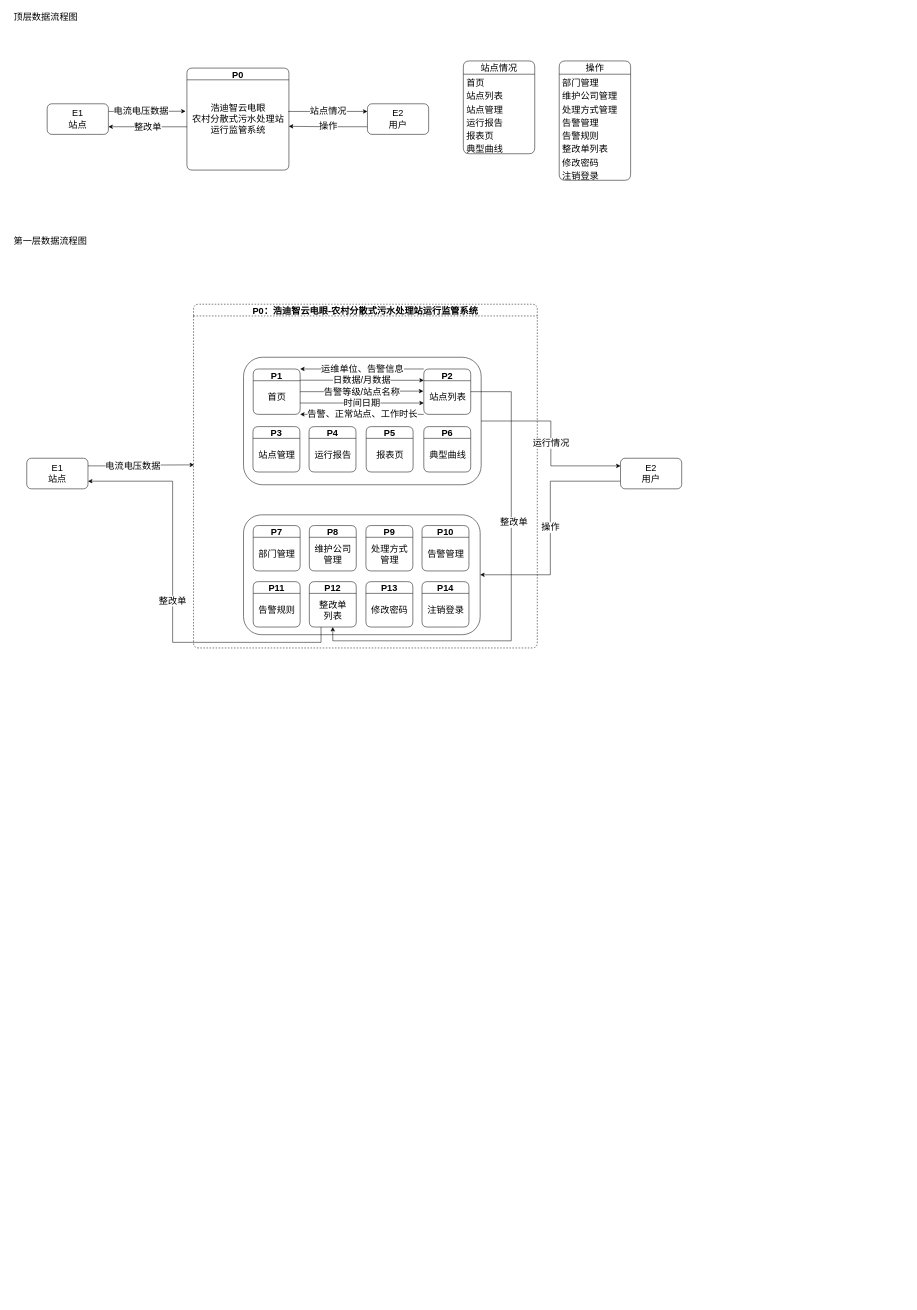
Earlier version of the draw.io diagram 数据流图.drawio (Lihua-neko/QASystemOnMedicalKG). Source tidied: cells renumbered, new cells numbered last; positions are measured from the earlier drawing's top-left corner, leaving out a move shared by most shapes. Both pictures are drawn from the tidied source at 51%, with x=0, y=0 at pixel (9, 9).
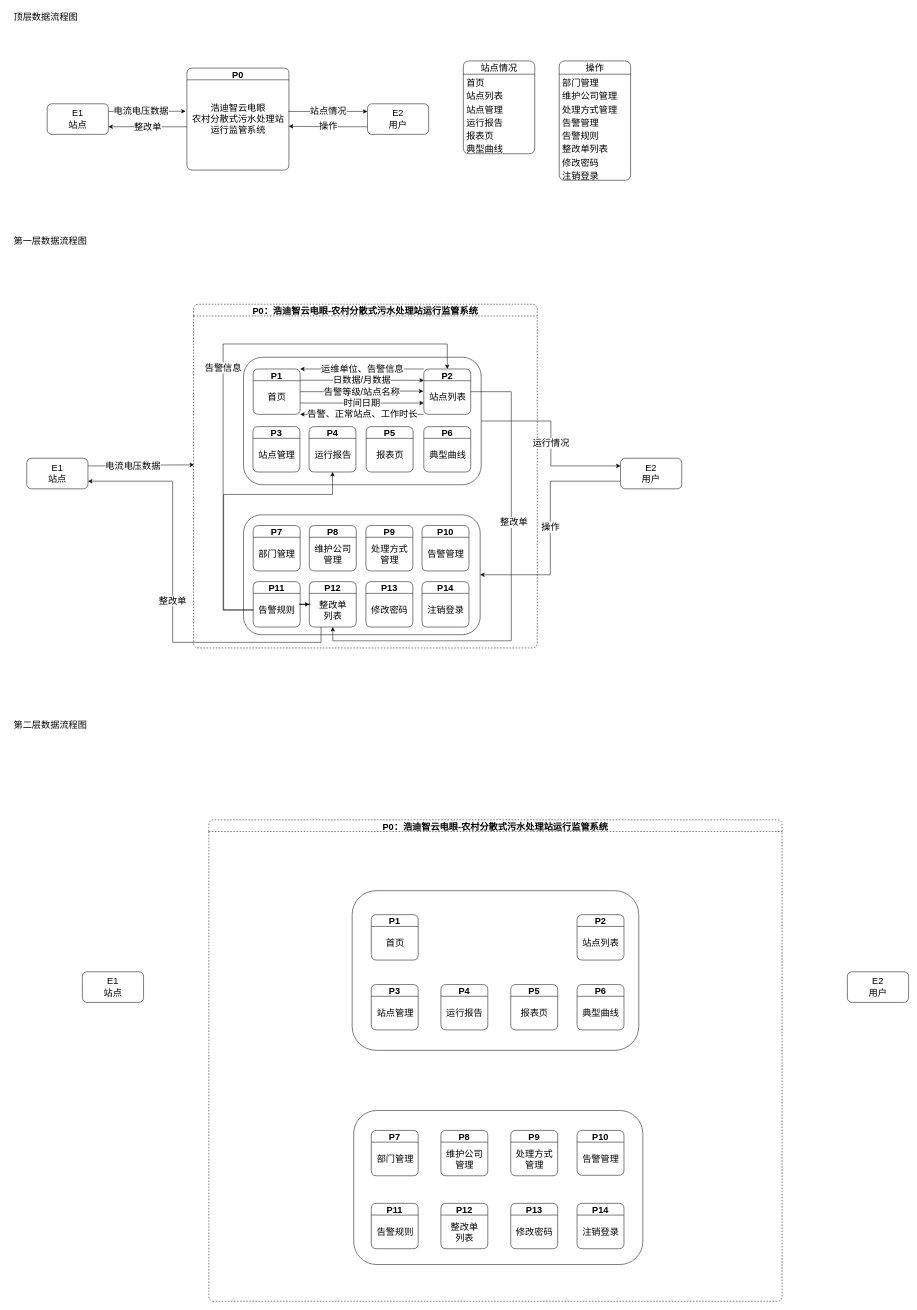
After the change.

Commit message (it also covers changes not shown here):
更新数据流图.drawio

The change refers to these unchanged cells:
```xml
<mxCell id="29" value="P0：浩迪智云电眼-农村分散式污水处理站运行监管系统" style="swimlane;fontSize=18;rounded=1;sketch=0;shadow=0;glass=0;dashed=1;startSize=23;" parent="1" vertex="1">
  <mxGeometry x="362" y="579" width="674" height="674" as="geometry" />
</mxCell>
<mxCell id="36" value="P2" style="swimlane;rounded=1;shadow=0;glass=0;sketch=0;fontSize=18;startSize=23;" parent="29" vertex="1">
  <mxGeometry x="451.5" y="127" width="92" height="89" as="geometry" />
</mxCell>
<mxCell id="40" value="P4" style="swimlane;rounded=1;shadow=0;glass=0;sketch=0;fontSize=18;startSize=23;" parent="29" vertex="1">
  <mxGeometry x="226.5" y="240" width="92" height="89" as="geometry" />
</mxCell>
<mxCell id="57" value="P11" style="swimlane;rounded=1;shadow=0;glass=0;sketch=0;fontSize=18;" parent="29" vertex="1">
  <mxGeometry x="117" y="544" width="92" height="89" as="geometry" />
</mxCell>
<mxCell id="58" value="告警规则" style="text;html=1;align=center;verticalAlign=middle;points=[];strokeColor=none;fillColor=none;fontSize=18;" parent="57" vertex="1">
  <mxGeometry x="1" y="39" width="90" height="34" as="geometry" />
</mxCell>
<mxCell id="59" value="P12" style="swimlane;rounded=1;shadow=0;glass=0;sketch=0;fontSize=18;" parent="29" vertex="1">
  <mxGeometry x="227" y="544" width="92" height="89" as="geometry" />
</mxCell>
```

Diff of the diagram source:
```diff
@@
+    <mxCell id="74" style="edgeStyle=orthogonalEdgeStyle;rounded=0;jettySize=auto;html=1;entryX=0.5;entryY=1;entryDx=0;entryDy=0;fontSize=18;" parent="29" edge="1" source="57" target="40">
+      <mxGeometry relative="1" as="geometry">
+        <Array as="points">
+          <mxPoint x="59" y="599" />
+          <mxPoint x="59" y="373" />
+          <mxPoint x="273" y="373" />
+        </Array>
+      </mxGeometry>
+    </mxCell>
+    <mxCell id="75" style="edgeStyle=orthogonalEdgeStyle;rounded=0;jettySize=auto;html=1;entryX=0;entryY=0.5;entryDx=0;entryDy=0;fontSize=18;" parent="29" edge="1" source="57" target="59">
+      <mxGeometry relative="1" as="geometry" />
+    </mxCell>
@@
+    <mxCell id="76" value="&lt;font style=&quot;font-size: 18px;&quot;&gt;告警信息&lt;/font&gt;" style="edgeStyle=orthogonalEdgeStyle;rounded=0;jettySize=auto;html=1;entryX=0.5;entryY=0;entryDx=0;entryDy=0;" parent="29" edge="1" source="58" target="36">
+      <mxGeometry relative="1" as="geometry">
+        <Array as="points">
+          <mxPoint x="58" y="600" />
+          <mxPoint x="58" y="78" />
+          <mxPoint x="498" y="78" />
+        </Array>
+      </mxGeometry>
+    </mxCell>
@@
+    <mxCell id="77" value="&lt;font style=&quot;font-size: 18px;&quot;&gt;第二层数据流程图&lt;/font&gt;" style="text;html=1;align=center;verticalAlign=middle;strokeColor=none;fillColor=none;" parent="1" vertex="1">
+      <mxGeometry y="1387" width="162" height="34" as="geometry" />
+    </mxCell>
+    <mxCell id="78" value="P0：浩迪智云电眼-农村分散式污水处理站运行监管系统" style="swimlane;fontSize=18;rounded=1;sketch=0;shadow=0;glass=0;dashed=1;startSize=23;" parent="1" vertex="1">
+      <mxGeometry x="392" y="1590" width="1124" height="944" as="geometry" />
+    </mxCell>
+    <mxCell id="79" style="rounded=1;whiteSpace=wrap;html=1;shadow=0;glass=0;sketch=0;fontSize=18;" parent="78" vertex="1">
+      <mxGeometry x="281" y="139" width="562" height="313" as="geometry" />
+    </mxCell>
+    <mxCell id="80" style="rounded=1;whiteSpace=wrap;html=1;shadow=0;glass=0;sketch=0;fontSize=18;" parent="78" vertex="1">
+      <mxGeometry x="284" y="570" width="567" height="302" as="geometry" />
+    </mxCell>
+    <mxCell id="81" value="P2" style="swimlane;rounded=1;shadow=0;glass=0;sketch=0;fontSize=18;startSize=23;" parent="78" vertex="1">
+      <mxGeometry x="722" y="186" width="92" height="89" as="geometry" />
+    </mxCell>
+    <mxCell id="82" value="站点列表" style="text;html=1;align=center;verticalAlign=middle;strokeColor=none;fillColor=none;fontSize=18;" parent="81" vertex="1">
+      <mxGeometry x="1" y="39" width="90" height="34" as="geometry" />
+    </mxCell>
+    <mxCell id="83" value="P3" style="swimlane;rounded=1;shadow=0;glass=0;sketch=0;fontSize=18;startSize=23;" parent="78" vertex="1">
+      <mxGeometry x="318.5" y="323" width="92" height="89" as="geometry" />
+    </mxCell>
+    <mxCell id="84" value="站点管理" style="text;html=1;align=center;verticalAlign=middle;strokeColor=none;fillColor=none;fontSize=18;" parent="83" vertex="1">
+      <mxGeometry x="1" y="39" width="90" height="34" as="geometry" />
+    </mxCell>
+    <mxCell id="85" value="P4" style="swimlane;rounded=1;shadow=0;glass=0;sketch=0;fontSize=18;startSize=23;" parent="78" vertex="1">
+      <mxGeometry x="455" y="323" width="92" height="89" as="geometry" />
+    </mxCell>
+    <mxCell id="86" value="运行报告" style="text;html=1;align=center;verticalAlign=middle;strokeColor=none;fillColor=none;fontSize=18;" parent="85" vertex="1">
+      <mxGeometry x="1" y="39" width="90" height="34" as="geometry" />
+    </mxCell>
+    <mxCell id="87" value="P6" style="swimlane;rounded=1;shadow=0;glass=0;sketch=0;fontSize=18;" parent="78" vertex="1">
+      <mxGeometry x="722" y="323" width="92" height="89" as="geometry" />
+    </mxCell>
+    <mxCell id="88" value="典型曲线" style="text;html=1;align=center;verticalAlign=middle;strokeColor=none;fillColor=none;fontSize=18;" parent="87" vertex="1">
+      <mxGeometry x="1" y="39" width="90" height="34" as="geometry" />
+    </mxCell>
+    <mxCell id="89" value="P1" style="swimlane;rounded=1;shadow=0;glass=0;sketch=0;fontSize=18;" parent="78" vertex="1">
+      <mxGeometry x="318.5" y="186" width="92" height="89" as="geometry" />
+    </mxCell>
+    <mxCell id="90" value="首页" style="text;html=1;align=center;verticalAlign=middle;strokeColor=none;fillColor=none;fontSize=18;" parent="89" vertex="1">
+      <mxGeometry x="19" y="39" width="54" height="34" as="geometry" />
+    </mxCell>
+    <mxCell id="91" value="P7" style="swimlane;rounded=1;shadow=0;glass=0;sketch=0;fontSize=18;" parent="78" vertex="1">
+      <mxGeometry x="318.5" y="609" width="92" height="89" as="geometry" />
+    </mxCell>
+    <mxCell id="92" value="部门管理" style="text;html=1;align=center;verticalAlign=middle;strokeColor=none;fillColor=none;fontSize=18;" parent="91" vertex="1">
+      <mxGeometry x="1" y="39" width="90" height="34" as="geometry" />
+    </mxCell>
+    <mxCell id="93" value="P8" style="swimlane;rounded=1;shadow=0;glass=0;sketch=0;fontSize=18;startSize=23;" parent="78" vertex="1">
+      <mxGeometry x="455" y="609" width="92" height="89" as="geometry" />
+    </mxCell>
+    <mxCell id="94" value="维护公司&lt;br&gt;管理" style="text;html=1;align=center;verticalAlign=middle;strokeColor=none;fillColor=none;fontSize=18;" parent="93" vertex="1">
+      <mxGeometry x="1" y="29" width="90" height="55" as="geometry" />
+    </mxCell>
+    <mxCell id="95" value="P10" style="swimlane;rounded=1;shadow=0;glass=0;sketch=0;fontSize=18;" parent="78" vertex="1">
+      <mxGeometry x="722" y="609" width="92" height="88" as="geometry" />
+    </mxCell>
+    <mxCell id="96" value="告警管理" style="text;html=1;align=center;verticalAlign=middle;strokeColor=none;fillColor=none;fontSize=18;" parent="95" vertex="1">
+      <mxGeometry x="1" y="39" width="90" height="34" as="geometry" />
+    </mxCell>
+    <mxCell id="97" value="P11" style="swimlane;rounded=1;shadow=0;glass=0;sketch=0;fontSize=18;" parent="78" vertex="1">
+      <mxGeometry x="318.5" y="752" width="92" height="89" as="geometry" />
+    </mxCell>
+    <mxCell id="98" value="告警规则" style="text;html=1;align=center;verticalAlign=middle;strokeColor=none;fillColor=none;fontSize=18;" parent="97" vertex="1">
+      <mxGeometry x="1" y="39" width="90" height="34" as="geometry" />
+    </mxCell>
+    <mxCell id="99" value="P12" style="swimlane;rounded=1;shadow=0;glass=0;sketch=0;fontSize=18;" parent="78" vertex="1">
+      <mxGeometry x="455" y="752" width="92" height="89" as="geometry" />
+    </mxCell>
+    <mxCell id="100" value="整改单&lt;br&gt;列表" style="text;html=1;align=center;verticalAlign=middle;strokeColor=none;fillColor=none;fontSize=18;" parent="99" vertex="1">
+      <mxGeometry x="10" y="29" width="72" height="55" as="geometry" />
+    </mxCell>
+    <mxCell id="101" value="P14" style="swimlane;rounded=1;shadow=0;glass=0;sketch=0;fontSize=18;startSize=23;" parent="78" vertex="1">
+      <mxGeometry x="722" y="752" width="92" height="89" as="geometry" />
+    </mxCell>
+    <mxCell id="102" value="注销登录" style="text;html=1;align=center;verticalAlign=middle;strokeColor=none;fillColor=none;fontSize=18;" parent="101" vertex="1">
+      <mxGeometry x="1" y="39" width="90" height="34" as="geometry" />
+    </mxCell>
+    <mxCell id="103" value="P13" style="swimlane;rounded=1;shadow=0;glass=0;sketch=0;fontSize=18;" parent="78" vertex="1">
+      <mxGeometry x="592" y="752" width="92" height="89" as="geometry" />
+    </mxCell>
+    <mxCell id="104" value="修改密码" style="text;html=1;align=center;verticalAlign=middle;strokeColor=none;fillColor=none;fontSize=18;" parent="103" vertex="1">
+      <mxGeometry x="1" y="39" width="90" height="34" as="geometry" />
+    </mxCell>
+    <mxCell id="105" value="P5" style="swimlane;rounded=1;shadow=0;glass=0;sketch=0;fontSize=18;startSize=23;" parent="78" vertex="1">
+      <mxGeometry x="592" y="323" width="92" height="89" as="geometry" />
+    </mxCell>
+    <mxCell id="106" value="报表页" style="text;html=1;align=center;verticalAlign=middle;strokeColor=none;fillColor=none;fontSize=18;" parent="105" vertex="1">
+      <mxGeometry x="10" y="39" width="72" height="34" as="geometry" />
+    </mxCell>
+    <mxCell id="107" value="P9" style="swimlane;rounded=1;shadow=0;glass=0;sketch=0;fontSize=18;startSize=23;" parent="78" vertex="1">
+      <mxGeometry x="592" y="609" width="92" height="89" as="geometry" />
+    </mxCell>
+    <mxCell id="108" value="处理方式&lt;br&gt;管理" style="text;html=1;align=center;verticalAlign=middle;strokeColor=none;fillColor=none;fontSize=18;" parent="107" vertex="1">
+      <mxGeometry x="1" y="29" width="90" height="55" as="geometry" />
+    </mxCell>
+    <mxCell id="109" value="E1&lt;br&gt;站点" style="rounded=1;whiteSpace=wrap;html=1;shadow=0;glass=0;sketch=0;fontSize=18;" parent="1" vertex="1">
+      <mxGeometry x="144" y="1888" width="120" height="60" as="geometry" />
+    </mxCell>
+    <mxCell id="110" value="E2&lt;br&gt;用户" style="rounded=1;whiteSpace=wrap;html=1;shadow=0;glass=0;sketch=0;fontSize=18;" parent="1" vertex="1">
+      <mxGeometry x="1644" y="1888" width="120" height="60" as="geometry" />
+    </mxCell>
```
